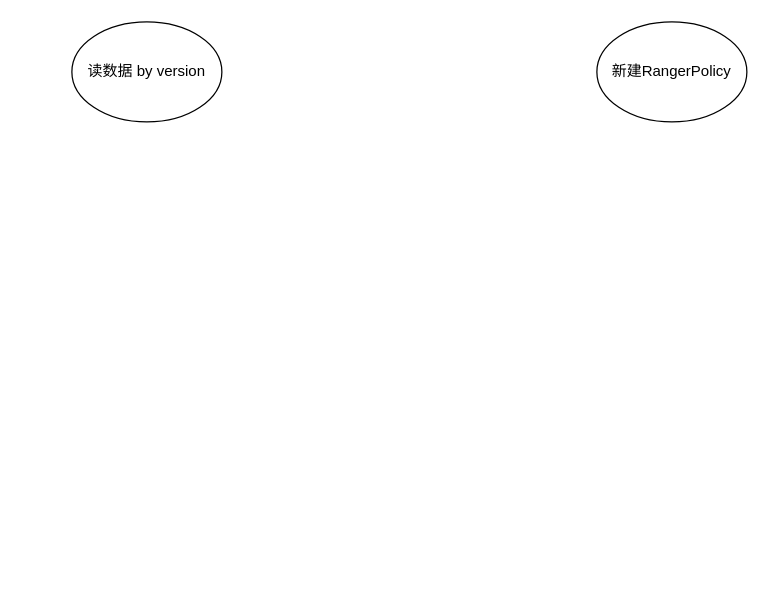
Before: Untitled Diagram.drawio in liangrui1988/diagrams, a draw.io diagram. Source tidied: cells renumbered, new cells numbered last; positions are measured from the earlier drawing's top-left corner, leaving out a move shared by most shapes. Both pictures are drawn from the tidied source at 125%, with x=0, y=0 at pixel (71, 21).
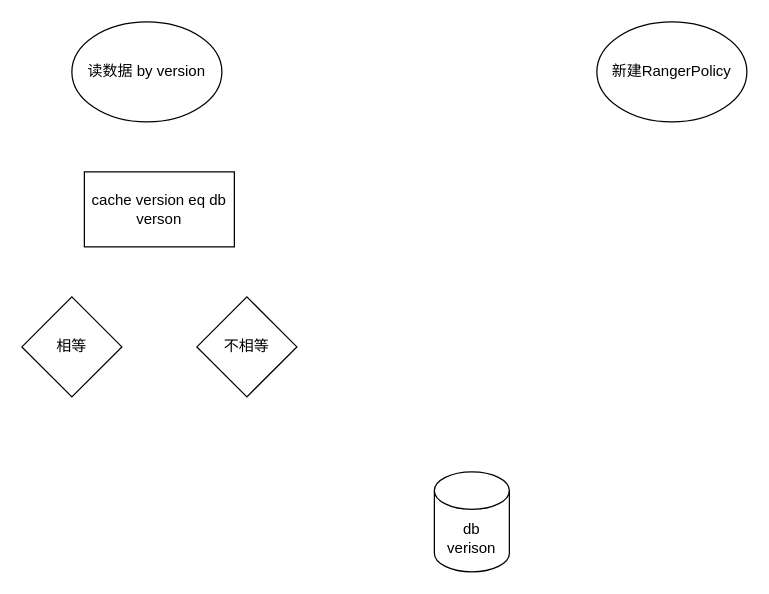
The same diagram, later.

Change to the diagram source:
```diff
@@
 <mxGraphModel>
   <root>
     <mxCell id="0" />
     <mxCell id="1" parent="0" />
     <mxCell id="2" value="&lt;span&gt;新建RangerPolicy&lt;/span&gt;" style="ellipse;whiteSpace=wrap;html=1;" parent="1" vertex="1">
       <mxGeometry x="420" width="120" height="80" as="geometry" />
     </mxCell>
     <mxCell id="3" value="读数据 by version" style="ellipse;whiteSpace=wrap;html=1;" parent="1" vertex="1">
       <mxGeometry width="120" height="80" as="geometry" />
     </mxCell>
+    <mxCell id="4" value="db&lt;br&gt;verison" style="shape=cylinder3;whiteSpace=wrap;html=1;boundedLbl=1;backgroundOutline=1;size=15;" parent="1" vertex="1">
+      <mxGeometry x="290" y="360" width="60" height="80" as="geometry" />
+    </mxCell>
+    <mxCell id="5" value="cache version eq db verson" style="rounded=0;whiteSpace=wrap;html=1;" parent="1" vertex="1">
+      <mxGeometry x="10" y="120" width="120" height="60" as="geometry" />
+    </mxCell>
+    <mxCell id="6" value="相等" style="rhombus;whiteSpace=wrap;html=1;" parent="1" vertex="1">
+      <mxGeometry x="-40" y="220" width="80" height="80" as="geometry" />
+    </mxCell>
+    <mxCell id="7" value="不相等" style="rhombus;whiteSpace=wrap;html=1;" parent="1" vertex="1">
+      <mxGeometry x="100" y="220" width="80" height="80" as="geometry" />
+    </mxCell>
   </root>
 </mxGraphModel>
```
